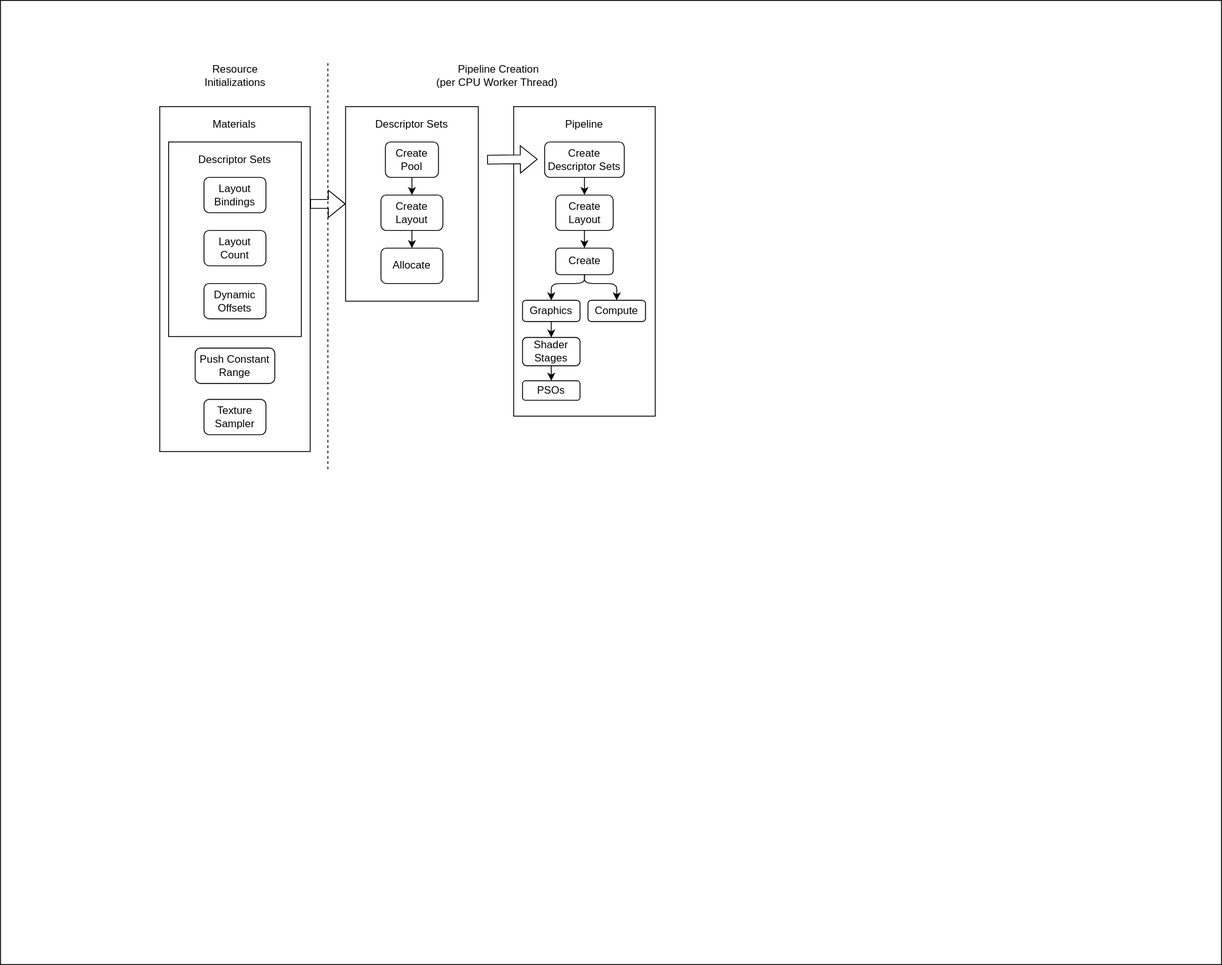
Earlier version of the draw.io export docs/design/vulkan-pipeline.svg (hiradyazdan/sdf-ray4d-engine). Source tidied: cells renumbered, new cells last; positions are measured from the earlier drawing's top-left corner, leaving out a move shared by most shapes.
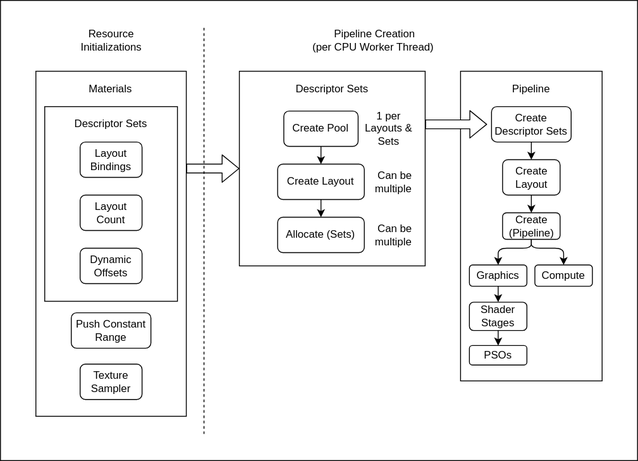
Later version of the same file.

Change to the diagram source:
```diff
@@ -3,83 +3,92 @@
     <mxCell id="0" />
     <mxCell id="1" parent="0" />
     <mxCell id="2" style="rounded=0;whiteSpace=wrap;html=1;" parent="1" vertex="1">
-      <mxGeometry width="1380" height="1090" as="geometry" />
+      <mxGeometry x="140" y="40" width="720" height="520" as="geometry" />
     </mxCell>
     <mxCell id="3" style="group;" parent="1" vertex="1">
-      <mxGeometry x="390" y="120" width="150" height="220" as="geometry" />
+      <mxGeometry x="410" y="120" width="210" height="220" as="geometry" />
     </mxCell>
     <mxCell id="4" style="rounded=0;whiteSpace=wrap;html=1;" parent="3" vertex="1">
-      <mxGeometry width="150" height="220" as="geometry" />
+      <mxGeometry width="210" height="220" as="geometry" />
     </mxCell>
     <mxCell id="5" value="Descriptor Sets" style="text;html=1;strokeColor=none;fillColor=none;align=center;verticalAlign=middle;whiteSpace=wrap;rounded=0;" parent="3" vertex="1">
-      <mxGeometry x="30.9" y="10" width="88.2" height="20" as="geometry" />
+      <mxGeometry x="43.2" y="10" width="123.5" height="20" as="geometry" />
     </mxCell>
     <mxCell id="6" style="edgeStyle=orthogonalEdgeStyle;rounded=1;jettySize=auto;html=1;exitX=0.5;exitY=1;exitDx=0;exitDy=0;entryX=0.5;entryY=0;entryDx=0;entryDy=0;" parent="3" edge="1" source="7" target="9">
       <mxGeometry relative="1" as="geometry" />
     </mxCell>
     <mxCell id="7" value="Create Pool" style="rounded=1;whiteSpace=wrap;html=1;" parent="3" vertex="1">
-      <mxGeometry x="45" y="40" width="60" height="40" as="geometry" />
+      <mxGeometry x="50.2" y="45" width="84" height="40" as="geometry" />
     </mxCell>
     <mxCell id="8" style="edgeStyle=orthogonalEdgeStyle;rounded=1;jettySize=auto;html=1;exitX=0.5;exitY=1;exitDx=0;exitDy=0;entryX=0.5;entryY=0;entryDx=0;entryDy=0;" parent="3" edge="1" source="9" target="10">
       <mxGeometry relative="1" as="geometry" />
     </mxCell>
     <mxCell id="9" value="Create Layout" style="rounded=1;whiteSpace=wrap;html=1;" parent="3" vertex="1">
-      <mxGeometry x="40" y="100" width="70" height="40" as="geometry" />
+      <mxGeometry x="43.2" y="105" width="98" height="40" as="geometry" />
     </mxCell>
-    <mxCell id="10" value="Allocate" style="rounded=1;whiteSpace=wrap;html=1;" parent="3" vertex="1">
-      <mxGeometry x="40" y="160" width="70" height="40" as="geometry" />
+    <mxCell id="10" value="Allocate (Sets)" style="rounded=1;whiteSpace=wrap;html=1;" parent="3" vertex="1">
+      <mxGeometry x="43.2" y="165" width="98" height="40" as="geometry" />
     </mxCell>
+    <mxCell id="42" value="1 per&lt;br&gt;Layouts &amp;amp; Sets" style="text;html=1;strokeColor=none;fillColor=none;align=center;verticalAlign=middle;whiteSpace=wrap;rounded=0;" parent="3" vertex="1">
+      <mxGeometry x="141.2" y="40" width="56" height="50" as="geometry" />
+    </mxCell>
+    <mxCell id="43" value="Can be multiple&amp;nbsp;" style="text;html=1;strokeColor=none;fillColor=none;align=center;verticalAlign=middle;whiteSpace=wrap;rounded=0;" parent="3" vertex="1">
+      <mxGeometry x="148.2" y="100" width="56" height="50" as="geometry" />
+    </mxCell>
+    <mxCell id="44" value="Can be multiple&amp;nbsp;" style="text;html=1;strokeColor=none;fillColor=none;align=center;verticalAlign=middle;whiteSpace=wrap;rounded=0;" parent="3" vertex="1">
+      <mxGeometry x="148.2" y="160" width="56" height="50" as="geometry" />
+    </mxCell>
     <mxCell id="11" value="&lt;br&gt;" style="rounded=0;whiteSpace=wrap;html=1;" parent="1" vertex="1">
-      <mxGeometry x="580" y="120" width="160" height="350" as="geometry" />
+      <mxGeometry x="660" y="120" width="160" height="350" as="geometry" />
     </mxCell>
     <mxCell id="12" value="Pipeline" style="text;html=1;strokeColor=none;fillColor=none;align=center;verticalAlign=middle;whiteSpace=wrap;rounded=0;" parent="1" vertex="1">
-      <mxGeometry x="607.1" y="127.7" width="105.9" height="24.5" as="geometry" />
+      <mxGeometry x="687.1" y="127.7" width="105.9" height="24.5" as="geometry" />
     </mxCell>
     <mxCell id="13" style="edgeStyle=orthogonalEdgeStyle;rounded=1;jettySize=auto;html=1;exitX=0.5;exitY=1;exitDx=0;exitDy=0;entryX=0.5;entryY=0;entryDx=0;entryDy=0;" parent="1" edge="1" source="14" target="16">
       <mxGeometry relative="1" as="geometry" />
     </mxCell>
     <mxCell id="14" value="Create Descriptor Sets" style="rounded=1;whiteSpace=wrap;html=1;" parent="1" vertex="1">
-      <mxGeometry x="615" y="160" width="90" height="40" as="geometry" />
+      <mxGeometry x="695" y="160" width="90" height="40" as="geometry" />
     </mxCell>
     <mxCell id="15" style="edgeStyle=orthogonalEdgeStyle;rounded=1;jettySize=auto;html=1;exitX=0.5;exitY=1;exitDx=0;exitDy=0;entryX=0.5;entryY=0;entryDx=0;entryDy=0;" parent="1" edge="1" source="16" target="19">
       <mxGeometry relative="1" as="geometry" />
     </mxCell>
     <mxCell id="16" value="Create Layout" style="rounded=1;whiteSpace=wrap;html=1;" parent="1" vertex="1">
-      <mxGeometry x="627.5" y="220" width="65" height="40" as="geometry" />
+      <mxGeometry x="707.5" y="220" width="65" height="40" as="geometry" />
     </mxCell>
     <mxCell id="17" style="edgeStyle=orthogonalEdgeStyle;rounded=1;jettySize=auto;html=1;exitX=0.5;exitY=1;exitDx=0;exitDy=0;entryX=0.5;entryY=0;entryDx=0;entryDy=0;fillColor=#ffffff;" parent="1" edge="1" source="19" target="23">
       <mxGeometry relative="1" as="geometry">
         <Array as="points">
-          <mxPoint x="660" y="320" />
-          <mxPoint x="697" y="320" />
+          <mxPoint x="740" y="320" />
+          <mxPoint x="777" y="320" />
         </Array>
       </mxGeometry>
     </mxCell>
     <mxCell id="18" style="edgeStyle=orthogonalEdgeStyle;rounded=1;jettySize=auto;html=1;exitX=0.5;exitY=1;exitDx=0;exitDy=0;entryX=0.5;entryY=0;entryDx=0;entryDy=0;fillColor=#ffffff;" parent="1" edge="1" source="19" target="22">
       <mxGeometry relative="1" as="geometry">
         <Array as="points">
-          <mxPoint x="660" y="320" />
-          <mxPoint x="623" y="320" />
+          <mxPoint x="740" y="320" />
+          <mxPoint x="703" y="320" />
         </Array>
       </mxGeometry>
     </mxCell>
-    <mxCell id="19" value="Create" style="rounded=1;whiteSpace=wrap;html=1;" parent="1" vertex="1">
-      <mxGeometry x="627.5" y="280" width="65" height="30" as="geometry" />
+    <mxCell id="19" value="Create (Pipeline)" style="rounded=1;whiteSpace=wrap;html=1;" parent="1" vertex="1">
+      <mxGeometry x="707.5" y="280" width="65" height="30" as="geometry" />
     </mxCell>
     <mxCell id="20" style="shape=flexArrow;endArrow=classic;html=1;fillColor=#ffffff;" parent="1" edge="1">
       <mxGeometry relative="1" as="geometry">
-        <mxPoint x="550" y="180" as="sourcePoint" />
-        <mxPoint x="607.1" y="179.5" as="targetPoint" />
+        <mxPoint x="620" y="180" as="sourcePoint" />
+        <mxPoint x="690" y="180" as="targetPoint" />
       </mxGeometry>
     </mxCell>
     <mxCell id="21" style="edgeStyle=orthogonalEdgeStyle;rounded=1;jettySize=auto;html=1;exitX=0.5;exitY=1;exitDx=0;exitDy=0;entryX=0.5;entryY=0;entryDx=0;entryDy=0;fillColor=#ffffff;" parent="1" edge="1" source="22" target="26">
       <mxGeometry relative="1" as="geometry" />
     </mxCell>
     <mxCell id="22" value="Graphics" style="rounded=1;whiteSpace=wrap;html=1;" parent="1" vertex="1">
-      <mxGeometry x="590" y="339" width="65" height="24" as="geometry" />
+      <mxGeometry x="670" y="339" width="65" height="24" as="geometry" />
     </mxCell>
     <mxCell id="23" value="Compute" style="rounded=1;whiteSpace=wrap;html=1;" parent="1" vertex="1">
-      <mxGeometry x="664" y="339" width="65" height="24" as="geometry" />
+      <mxGeometry x="744" y="339" width="65" height="24" as="geometry" />
     </mxCell>
     <mxCell id="24" style="edgeStyle=orthogonalEdgeStyle;rounded=1;orthogonalLoop=1;jettySize=auto;html=1;exitX=0.5;exitY=1;exitDx=0;exitDy=0;fillColor=#ffffff;" parent="1" edge="1" source="23" target="23">
       <mxGeometry relative="1" as="geometry" />
@@ -88,10 +97,10 @@
       <mxGeometry relative="1" as="geometry" />
     </mxCell>
     <mxCell id="26" value="Shader Stages" style="rounded=1;whiteSpace=wrap;html=1;" parent="1" vertex="1">
-      <mxGeometry x="590" y="381" width="65" height="32" as="geometry" />
+      <mxGeometry x="670" y="381" width="65" height="32" as="geometry" />
     </mxCell>
     <mxCell id="27" value="PSOs" style="rounded=1;whiteSpace=wrap;html=1;" parent="1" vertex="1">
-      <mxGeometry x="590" y="430" width="65" height="22" as="geometry" />
+      <mxGeometry x="670" y="430" width="65" height="22" as="geometry" />
     </mxCell>
     <mxCell id="28" style="shape=flexArrow;endArrow=classic;html=1;fillColor=#ffffff;entryX=0;entryY=0.5;entryDx=0;entryDy=0;entryPerimeter=0;" parent="1" edge="1" target="4">
       <mxGeometry relative="1" as="geometry">
```
